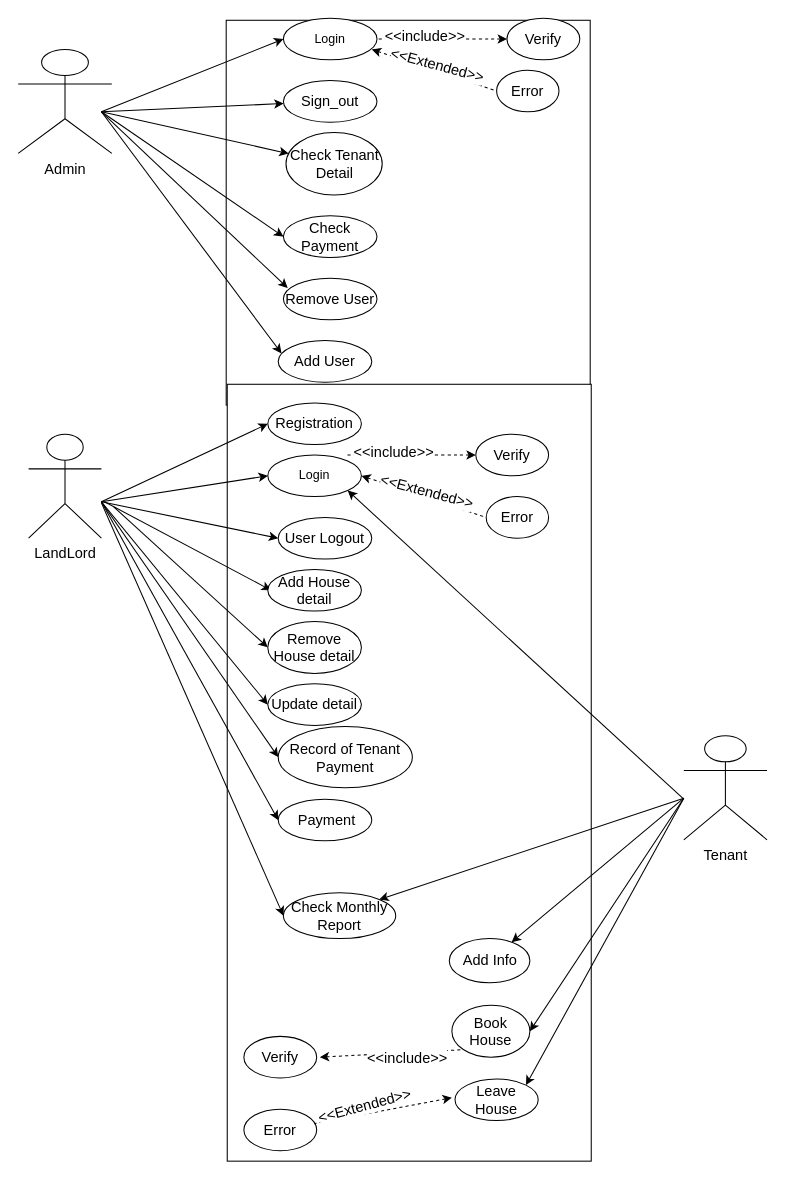
Above: page "UseCase" (5 of 7) of GharBeti(Diagrams).drawio in Sbdpratik/gharbeti (draw.io), before the change. Source tidied: cells renumbered, new cells numbered last; positions are measured from the earlier drawing's top-left corner, leaving out a move shared by most shapes. Both pictures are drawn from the tidied source at 104%, with x=0, y=0 at pixel (18, 18).
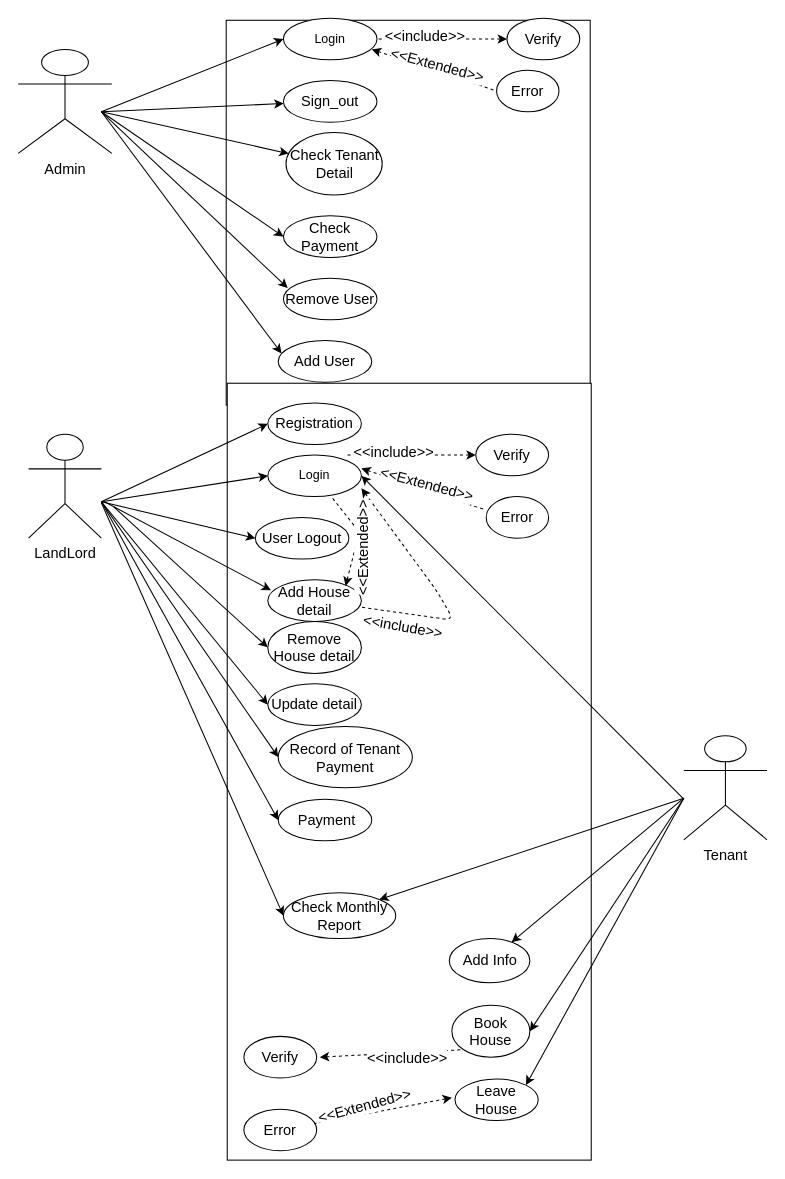
Above is the later version.

Unchanged cells that the change refers to:
```xml
<mxCell id="9" value="Login" style="ellipse;whiteSpace=wrap;html=1;" parent="1" vertex="1">
  <mxGeometry x="240" y="420" width="90" height="40" as="geometry" />
</mxCell>
<mxCell id="55" value="&lt;font style=&quot;font-size: 14px&quot;&gt;Error&lt;/font&gt;" style="ellipse;whiteSpace=wrap;html=1;" parent="1" vertex="1">
  <mxGeometry x="450" y="460" width="60" height="40" as="geometry" />
</mxCell>
```

Change to the diagram source:
```diff
@@
     <mxCell id="3" style="rounded=0;whiteSpace=wrap;html=1;" parent="1" vertex="1">
-      <mxGeometry x="201" y="352" width="350" height="747" as="geometry" />
+      <mxGeometry x="201" y="351" width="350" height="747" as="geometry" />
     </mxCell>
@@
     <mxCell id="26" value="&lt;font style=&quot;font-size: 14px&quot;&gt;User Logout&lt;/font&gt;" style="ellipse;whiteSpace=wrap;html=1;" parent="1" vertex="1">
-      <mxGeometry x="250" y="480" width="90" height="40" as="geometry" />
+      <mxGeometry x="228" y="480" width="90" height="40" as="geometry" />
     </mxCell>
     <mxCell id="27" value="&lt;font style=&quot;font-size: 14px&quot;&gt;Add House detail&lt;/font&gt;" style="ellipse;whiteSpace=wrap;html=1;" parent="1" vertex="1">
-      <mxGeometry x="240" y="530" width="90" height="40" as="geometry" />
+      <mxGeometry x="240" y="540" width="90" height="40" as="geometry" />
     </mxCell>
@@
-    <mxCell id="47" style="endArrow=classic;html=1;entryX=1;entryY=1;entryDx=0;entryDy=0;" parent="1" edge="1" target="9">
+    <mxCell id="47" style="endArrow=classic;html=1;" parent="1" edge="1">
       <mxGeometry relative="1" as="geometry">
         <mxPoint x="640" y="751" as="sourcePoint" />
+        <mxPoint x="330" y="440" as="targetPoint" />
       </mxGeometry>
     </mxCell>
@@
-    <mxCell id="53" style="endArrow=none;dashed=1;html=1;startArrow=classic;startFill=1;entryX=0;entryY=0.5;entryDx=0;entryDy=0;exitX=0.978;exitY=0.225;exitDx=0;exitDy=0;exitPerimeter=0;" parent="1" edge="1" target="55">
+    <mxCell id="53" style="endArrow=none;dashed=1;html=1;startArrow=classic;startFill=1;entryX=0;entryY=0.5;entryDx=0;entryDy=0;exitX=0.978;exitY=0.225;exitDx=0;exitDy=0;exitPerimeter=0;" parent="1" edge="1">
       <mxGeometry relative="1" as="geometry">
-        <mxPoint x="330" y="440" as="sourcePoint" />
+        <mxPoint x="330" y="433" as="sourcePoint" />
+        <mxPoint x="450" y="473" as="targetPoint" />
       </mxGeometry>
     </mxCell>
@@
+    <mxCell id="63" style="endArrow=none;dashed=1;html=1;startArrow=classic;startFill=1;exitX=0.933;exitY=0.8;exitDx=0;exitDy=0;exitPerimeter=0;" parent="1" edge="1" target="27">
+      <mxGeometry relative="1" as="geometry">
+        <mxPoint x="330" y="452" as="sourcePoint" />
+        <Array as="points">
+          <mxPoint x="402" y="550" />
+          <mxPoint x="419" y="579" />
+        </Array>
+      </mxGeometry>
+    </mxCell>
+    <mxCell id="64" value="&lt;font style=&quot;font-size: 14px&quot;&gt;&amp;lt;&amp;lt;include&amp;gt;&amp;gt;&lt;/font&gt;" style="edgeLabel;html=1;align=center;verticalAlign=middle;rotation=10;" parent="63" vertex="1">
+      <mxGeometry x="0.25" y="2" relative="1" as="geometry">
+        <mxPoint x="-49.8" y="3" as="offset" />
+      </mxGeometry>
+    </mxCell>
+    <mxCell id="65" style="endArrow=none;dashed=1;html=1;startArrow=classic;startFill=1;exitX=1;exitY=0;exitDx=0;exitDy=0;entryX=0.7;entryY=1;entryDx=0;entryDy=0;entryPerimeter=0;" parent="1" edge="1">
+      <mxGeometry relative="1" as="geometry">
+        <mxPoint x="314.8" y="545.9" as="sourcePoint" />
+        <mxPoint x="301" y="460" as="targetPoint" />
+        <Array as="points">
+          <mxPoint x="328" y="494" />
+        </Array>
+      </mxGeometry>
+    </mxCell>
+    <mxCell id="66" value="&lt;font style=&quot;font-size: 14px&quot;&gt;&amp;lt;&amp;lt;Extended&amp;gt;&amp;gt;&lt;/font&gt;" style="edgeLabel;html=1;align=center;verticalAlign=middle;rotation=-90;" parent="65" vertex="1">
+      <mxGeometry x="0.25" y="2" relative="1" as="geometry">
+        <mxPoint x="8.8" y="20.6" as="offset" />
+      </mxGeometry>
+    </mxCell>
```
